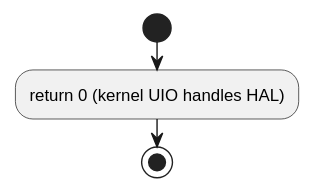
Mastang1/sad_sdd_proj keeps this PlantUML diagram as c1_sdd_linux-ipcs/cursor_tmp/flow_svgs/linux_6_4_14_ipcsHwInit.svg. Above is the earlier version. The source it was exported from:
```plantuml
@startuml
!pragma layout smetana
skinparam conditionStyle insideDiamond
skinparam linetype ortho
start
:return 0 (kernel UIO handles HAL);
stop
@enduml
```
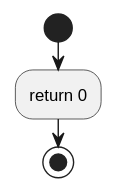
After the commit.

What changed in the source:
```diff
@@ -3,6 +3,6 @@
 skinparam conditionStyle insideDiamond
 skinparam linetype ortho
 start
-:return 0 (kernel UIO handles HAL);
+:return 0;
 stop
 @enduml
```
